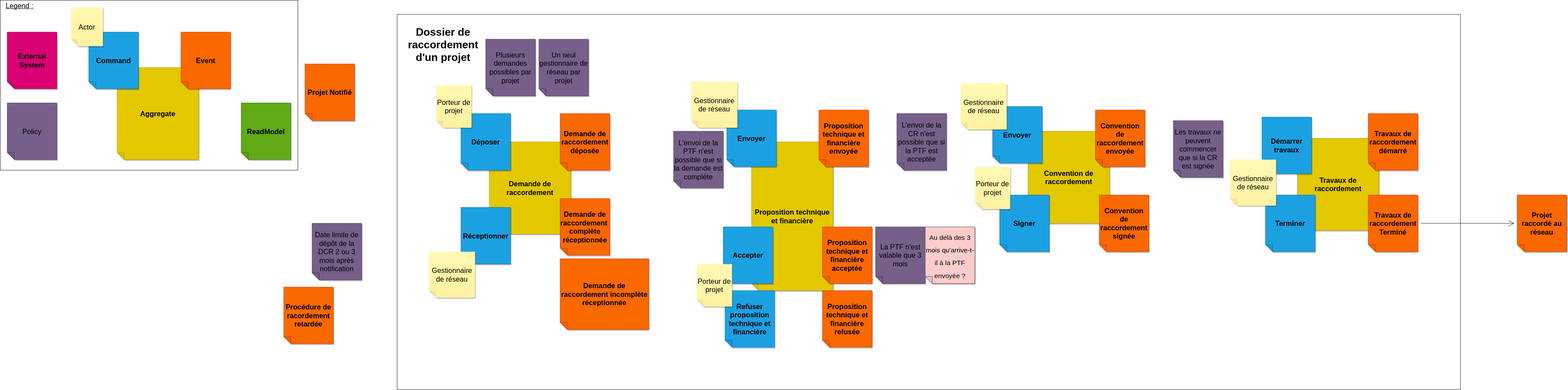
Before: docs/event-stormings/raccordement.drawio.svg, a diagram exported from draw.io (MTES-MCT/potentiel). Source tidied: cells renumbered, new cells last; positions are measured from the earlier drawing's top-left corner, leaving out a move shared by most shapes.
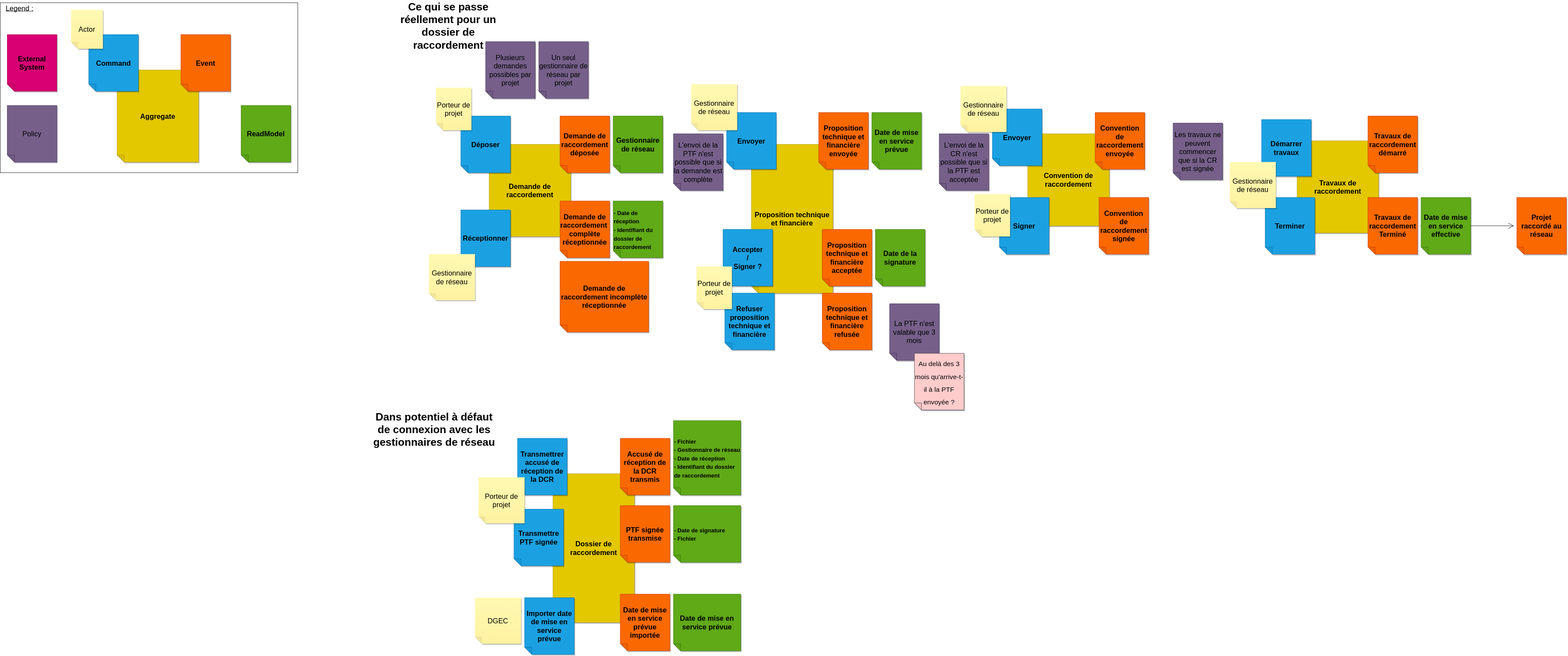
The same file after the commit.

Commit message:
📝 Ajout des readmodel

Change to the diagram source:
```diff
@@ -2,9 +2,9 @@
   <root>
     <mxCell id="0" />
     <mxCell id="1" parent="0" />
-    <mxCell id="2" style="rounded=0;whiteSpace=wrap;html=1;" parent="1" vertex="1">
-      <mxGeometry x="1120" y="40" width="3000" height="1060" as="geometry" />
-    </mxCell>
+    <mxCell id="49" value="&lt;font color=&quot;#000000&quot;&gt;L'envoi de la CR n'est possible que si la PTF est acceptée&amp;nbsp;&lt;/font&gt;" style="shape=note;whiteSpace=wrap;html=1;backgroundOutline=1;fontColor=#ffffff;darkOpacity=0.05;fillColor=#76608a;strokeColor=#432D57;fillStyle=solid;direction=west;gradientDirection=north;shadow=1;size=20;fontSize=20;" parent="1" vertex="1">
+      <mxGeometry x="2650" y="370" width="140" height="160" as="geometry" />
+    </mxCell>
     <mxCell id="3" style="rounded=0;whiteSpace=wrap;html=1;" parent="1" vertex="1">
       <mxGeometry width="840" height="480" as="geometry" />
     </mxCell>
@@ -32,9 +32,6 @@
     <mxCell id="11" value="&lt;u&gt;&lt;font style=&quot;font-size: 20px;&quot;&gt;Legend :&lt;/font&gt;&lt;/u&gt;" style="text;strokeColor=none;fillColor=none;html=1;align=center;verticalAlign=middle;whiteSpace=wrap;rounded=0;" parent="1" vertex="1">
       <mxGeometry width="110" height="30" as="geometry" />
     </mxCell>
-    <mxCell id="12" value="&lt;font style=&quot;font-size: 20px;&quot;&gt;&lt;b style=&quot;&quot;&gt;Projet Notifié&lt;/b&gt;&lt;/font&gt;" style="shape=note;whiteSpace=wrap;html=1;backgroundOutline=1;darkOpacity=0.05;fillColor=#fa6800;strokeColor=#C73500;fillStyle=solid;direction=west;gradientDirection=north;shadow=1;size=20;fontColor=#000000;" parent="1" vertex="1">
-      <mxGeometry x="860" y="180" width="140" height="160" as="geometry" />
-    </mxCell>
     <mxCell id="13" style="edgeStyle=none;curved=1;rounded=0;jettySize=auto;html=1;fontSize=25;endArrow=open;startSize=14;endSize=14;sourcePerimeterSpacing=8;targetPerimeterSpacing=8;" parent="1" edge="1" source="42" target="14">
       <mxGeometry relative="1" as="geometry" />
     </mxCell>
@@ -44,12 +41,6 @@
     <mxCell id="15" value="&lt;span style=&quot;font-size: 20px;&quot;&gt;&lt;b&gt;Demande de raccordement incomplète&amp;nbsp;&lt;/b&gt;&lt;/span&gt;&lt;b style=&quot;border-color: var(--border-color); font-size: 20px;&quot;&gt;réceptionnée&lt;/b&gt;" style="shape=note;whiteSpace=wrap;html=1;backgroundOutline=1;darkOpacity=0.05;fillColor=#fa6800;strokeColor=#C73500;fillStyle=solid;direction=west;gradientDirection=north;shadow=1;size=20;fontColor=#000000;" parent="1" vertex="1">
       <mxGeometry x="1580" y="730" width="250" height="200" as="geometry" />
     </mxCell>
-    <mxCell id="16" value="&lt;font color=&quot;#000000&quot;&gt;Date limite de dépôt de la DCR 2 ou 3 mois après notification&amp;nbsp;&lt;/font&gt;" style="shape=note;whiteSpace=wrap;html=1;backgroundOutline=1;fontColor=#ffffff;darkOpacity=0.05;fillColor=#76608a;strokeColor=#432D57;fillStyle=solid;direction=west;gradientDirection=north;shadow=1;size=20;fontSize=20;" parent="1" vertex="1">
-      <mxGeometry x="880" y="630" width="140" height="160" as="geometry" />
-    </mxCell>
-    <mxCell id="17" value="&lt;font style=&quot;font-size: 20px;&quot;&gt;&lt;b style=&quot;&quot;&gt;Procédure de racordement retardée&lt;/b&gt;&lt;/font&gt;" style="shape=note;whiteSpace=wrap;html=1;backgroundOutline=1;darkOpacity=0.05;fillColor=#fa6800;strokeColor=#C73500;fillStyle=solid;direction=west;gradientDirection=north;shadow=1;size=20;fontColor=#000000;" parent="1" vertex="1">
-      <mxGeometry x="800" y="810" width="140" height="160" as="geometry" />
-    </mxCell>
     <mxCell id="18" value="&lt;b&gt;Demande de raccordement&lt;/b&gt;" style="shape=note;whiteSpace=wrap;html=1;backgroundOutline=1;darkOpacity=0.05;fillColor=#e3c800;strokeColor=#B09500;fillStyle=solid;direction=west;gradientDirection=north;shadow=1;size=20;fontSize=20;fontColor=#000000;" parent="1" vertex="1">
       <mxGeometry x="1380" y="400" width="230" height="260" as="geometry" />
     </mxCell>
@@ -89,7 +80,7 @@
     <mxCell id="30" value="&lt;span style=&quot;font-size: 20px;&quot;&gt;&lt;b&gt;Proposition technique et financière envoyée&lt;/b&gt;&lt;/span&gt;" style="shape=note;whiteSpace=wrap;html=1;backgroundOutline=1;darkOpacity=0.05;fillColor=#fa6800;strokeColor=#C73500;fillStyle=solid;direction=west;gradientDirection=north;shadow=1;size=20;fontColor=#000000;" parent="1" vertex="1">
       <mxGeometry x="2310" y="310" width="140" height="160" as="geometry" />
     </mxCell>
-    <mxCell id="31" value="&lt;b style=&quot;border-color: var(--border-color); color: rgb(0, 0, 0);&quot;&gt;Accepter&lt;/b&gt;" style="shape=note;whiteSpace=wrap;html=1;backgroundOutline=1;darkOpacity=0.05;fillColor=#1ba1e2;strokeColor=#006EAF;fillStyle=solid;direction=west;gradientDirection=north;shadow=1;size=20;fontSize=20;fontColor=#ffffff;" parent="1" vertex="1">
+    <mxCell id="31" value="&lt;b style=&quot;border-color: var(--border-color); color: rgb(0, 0, 0);&quot;&gt;Accepter&lt;br&gt;/&lt;br&gt;Signer ?&lt;br&gt;&lt;/b&gt;" style="shape=note;whiteSpace=wrap;html=1;backgroundOutline=1;darkOpacity=0.05;fillColor=#1ba1e2;strokeColor=#006EAF;fillStyle=solid;direction=west;gradientDirection=north;shadow=1;size=20;fontSize=20;fontColor=#ffffff;" parent="1" vertex="1">
       <mxGeometry x="2040" y="640" width="140" height="160" as="geometry" />
     </mxCell>
     <mxCell id="32" value="&lt;span style=&quot;font-size: 20px;&quot;&gt;&lt;b&gt;Proposition technique et financière acceptée&lt;/b&gt;&lt;/span&gt;" style="shape=note;whiteSpace=wrap;html=1;backgroundOutline=1;darkOpacity=0.05;fillColor=#fa6800;strokeColor=#C73500;fillStyle=solid;direction=west;gradientDirection=north;shadow=1;size=20;fontColor=#000000;" parent="1" vertex="1">
@@ -120,7 +111,7 @@
       <mxGeometry x="2820" y="550" width="140" height="160" as="geometry" />
     </mxCell>
     <mxCell id="41" value="Porteur de projet" style="shape=note;whiteSpace=wrap;html=1;backgroundOutline=1;fontColor=#000000;darkOpacity=0.05;fillColor=#FFF9B2;strokeColor=none;fillStyle=solid;direction=west;gradientDirection=north;gradientColor=#FFF2A1;shadow=1;size=20;fontSize=20;" parent="1" vertex="1">
-      <mxGeometry x="2750" y="470" width="100" height="120" as="geometry" />
+      <mxGeometry x="2750" y="540" width="100" height="120" as="geometry" />
     </mxCell>
     <mxCell id="42" value="&lt;font style=&quot;font-size: 20px;&quot;&gt;&lt;b style=&quot;&quot;&gt;Travaux de raccordement Terminé&lt;/b&gt;&lt;/font&gt;" style="shape=note;whiteSpace=wrap;html=1;backgroundOutline=1;darkOpacity=0.05;fillColor=#fa6800;strokeColor=#C73500;fillStyle=solid;direction=west;gradientDirection=north;shadow=1;size=20;fontColor=#000000;" parent="1" vertex="1">
       <mxGeometry x="3860" y="550" width="140" height="160" as="geometry" />
@@ -137,15 +128,12 @@
     <mxCell id="46" value="&lt;div style=&quot;&quot;&gt;&lt;span style=&quot;background-color: initial;&quot;&gt;Gestionnaire de réseau&lt;/span&gt;&lt;/div&gt;" style="shape=note;whiteSpace=wrap;html=1;backgroundOutline=1;fontColor=#000000;darkOpacity=0.05;fillColor=#FFF9B2;strokeColor=none;fillStyle=solid;direction=west;gradientDirection=north;gradientColor=#FFF2A1;shadow=1;size=20;fontSize=20;align=center;" parent="1" vertex="1">
       <mxGeometry x="3470" y="450" width="130" height="130" as="geometry" />
     </mxCell>
-    <mxCell id="47" value="&lt;font style=&quot;font-size: 30px;&quot;&gt;&lt;b&gt;Dossier de raccordement d'un projet&lt;/b&gt;&lt;/font&gt;" style="text;strokeColor=none;fillColor=none;html=1;align=center;verticalAlign=middle;whiteSpace=wrap;rounded=0;" parent="1" vertex="1">
-      <mxGeometry x="1220" y="110" width="60" height="30" as="geometry" />
+    <mxCell id="47" value="&lt;span style=&quot;font-size: 30px;&quot;&gt;&lt;b&gt;Ce qui se passe réellement pour un dossier de raccordement&lt;/b&gt;&lt;/span&gt;" style="text;strokeColor=none;fillColor=none;html=1;align=center;verticalAlign=middle;whiteSpace=wrap;rounded=0;" parent="1" vertex="1">
+      <mxGeometry x="1115" y="50" width="300" height="30" as="geometry" />
     </mxCell>
     <mxCell id="48" value="&lt;font color=&quot;#000000&quot;&gt;L'envoi de la PTF n'est possible que si la demande est complète&amp;nbsp;&lt;/font&gt;" style="shape=note;whiteSpace=wrap;html=1;backgroundOutline=1;fontColor=#ffffff;darkOpacity=0.05;fillColor=#76608a;strokeColor=#432D57;fillStyle=solid;direction=west;gradientDirection=north;shadow=1;size=20;fontSize=20;" parent="1" vertex="1">
       <mxGeometry x="1900" y="370" width="140" height="160" as="geometry" />
     </mxCell>
-    <mxCell id="49" value="&lt;font color=&quot;#000000&quot;&gt;L'envoi de la CR n'est possible que si la PTF est acceptée&amp;nbsp;&lt;/font&gt;" style="shape=note;whiteSpace=wrap;html=1;backgroundOutline=1;fontColor=#ffffff;darkOpacity=0.05;fillColor=#76608a;strokeColor=#432D57;fillStyle=solid;direction=west;gradientDirection=north;shadow=1;size=20;fontSize=20;" parent="1" vertex="1">
-      <mxGeometry x="2530" y="320" width="140" height="160" as="geometry" />
-    </mxCell>
     <mxCell id="50" value="&lt;font color=&quot;#000000&quot;&gt;Les travaux ne peuvent commencer que si la CR est signée&lt;/font&gt;" style="shape=note;whiteSpace=wrap;html=1;backgroundOutline=1;fontColor=#ffffff;darkOpacity=0.05;fillColor=#76608a;strokeColor=#432D57;fillStyle=solid;direction=west;gradientDirection=north;shadow=1;size=20;fontSize=20;" parent="1" vertex="1">
       <mxGeometry x="3310" y="340" width="140" height="160" as="geometry" />
     </mxCell>
@@ -153,13 +141,67 @@
       <mxGeometry x="1370" y="110" width="140" height="160" as="geometry" />
     </mxCell>
     <mxCell id="52" value="&lt;font color=&quot;#000000&quot;&gt;La PTF n'est valable que 3 mois&lt;/font&gt;" style="shape=note;whiteSpace=wrap;html=1;backgroundOutline=1;fontColor=#ffffff;darkOpacity=0.05;fillColor=#76608a;strokeColor=#432D57;fillStyle=solid;direction=west;gradientDirection=north;shadow=1;size=20;fontSize=20;" parent="1" vertex="1">
-      <mxGeometry x="2470" y="640" width="140" height="160" as="geometry" />
+      <mxGeometry x="2510" y="850" width="140" height="160" as="geometry" />
     </mxCell>
     <mxCell id="53" value="&lt;font style=&quot;font-size: 19px;&quot;&gt;Au delà des 3 mois qu'arrive-t-il à la PTF envoyée ?&lt;/font&gt;" style="shape=note;whiteSpace=wrap;html=1;backgroundOutline=1;darkOpacity=0.05;fillColor=#ffcccc;strokeColor=#36393d;fillStyle=solid;direction=west;gradientDirection=north;shadow=1;size=20;fontSize=30;" parent="1" vertex="1">
-      <mxGeometry x="2610" y="640" width="140" height="160" as="geometry" />
+      <mxGeometry x="2580" y="990" width="140" height="160" as="geometry" />
     </mxCell>
     <mxCell id="54" value="&lt;font color=&quot;#000000&quot;&gt;Un seul gestionnaire de réseau par projet&lt;/font&gt;" style="shape=note;whiteSpace=wrap;html=1;backgroundOutline=1;fontColor=#ffffff;darkOpacity=0.05;fillColor=#76608a;strokeColor=#432D57;fillStyle=solid;direction=west;gradientDirection=north;shadow=1;size=20;fontSize=20;" parent="1" vertex="1">
       <mxGeometry x="1520" y="110" width="140" height="160" as="geometry" />
     </mxCell>
+    <mxCell id="55" value="&lt;b style=&quot;font-size: 16px;&quot;&gt;&lt;font style=&quot;font-size: 16px;&quot; color=&quot;#000000&quot;&gt;- Date de réception&lt;br&gt;- Identifiant du dossier de raccordement&lt;/font&gt;&lt;/b&gt;" style="shape=note;whiteSpace=wrap;html=1;backgroundOutline=1;fontColor=#ffffff;darkOpacity=0.05;fillColor=#60a917;strokeColor=#2D7600;fillStyle=solid;direction=west;gradientDirection=north;shadow=1;size=20;fontSize=20;align=left;" parent="1" vertex="1">
+      <mxGeometry x="1730" y="560" width="140" height="160" as="geometry" />
+    </mxCell>
+    <mxCell id="56" value="&lt;b&gt;&lt;font color=&quot;#000000&quot;&gt;Gestionnaire de réseau&lt;/font&gt;&lt;/b&gt;" style="shape=note;whiteSpace=wrap;html=1;backgroundOutline=1;fontColor=#ffffff;darkOpacity=0.05;fillColor=#60a917;strokeColor=#2D7600;fillStyle=solid;direction=west;gradientDirection=north;shadow=1;size=20;fontSize=20;" parent="1" vertex="1">
+      <mxGeometry x="1730" y="320" width="140" height="160" as="geometry" />
+    </mxCell>
+    <mxCell id="57" value="&lt;b&gt;&lt;font color=&quot;#000000&quot;&gt;Date de mise en service prévue&lt;/font&gt;&lt;/b&gt;" style="shape=note;whiteSpace=wrap;html=1;backgroundOutline=1;fontColor=#ffffff;darkOpacity=0.05;fillColor=#60a917;strokeColor=#2D7600;fillStyle=solid;direction=west;gradientDirection=north;shadow=1;size=20;fontSize=20;" parent="1" vertex="1">
+      <mxGeometry x="2460" y="310" width="140" height="160" as="geometry" />
+    </mxCell>
+    <mxCell id="58" value="&lt;b&gt;&lt;font color=&quot;#000000&quot;&gt;Date de la signature&lt;/font&gt;&lt;/b&gt;" style="shape=note;whiteSpace=wrap;html=1;backgroundOutline=1;fontColor=#ffffff;darkOpacity=0.05;fillColor=#60a917;strokeColor=#2D7600;fillStyle=solid;direction=west;gradientDirection=north;shadow=1;size=20;fontSize=20;" parent="1" vertex="1">
+      <mxGeometry x="2470" y="640" width="140" height="160" as="geometry" />
+    </mxCell>
+    <mxCell id="59" value="&lt;b&gt;&lt;font color=&quot;#000000&quot;&gt;Date de mise en service effective&lt;/font&gt;&lt;/b&gt;" style="shape=note;whiteSpace=wrap;html=1;backgroundOutline=1;fontColor=#ffffff;darkOpacity=0.05;fillColor=#60a917;strokeColor=#2D7600;fillStyle=solid;direction=west;gradientDirection=north;shadow=1;size=20;fontSize=20;" parent="1" vertex="1">
+      <mxGeometry x="4010" y="550" width="140" height="160" as="geometry" />
+    </mxCell>
+    <mxCell id="60" value="&lt;b&gt;Dossier de raccordement&lt;/b&gt;" style="shape=note;whiteSpace=wrap;html=1;backgroundOutline=1;darkOpacity=0.05;fillColor=#e3c800;strokeColor=#B09500;fillStyle=solid;direction=west;gradientDirection=north;shadow=1;size=20;fontSize=20;fontColor=#000000;" parent="1" vertex="1">
+      <mxGeometry x="1560" y="1330" width="230" height="420" as="geometry" />
+    </mxCell>
+    <mxCell id="61" value="&lt;font color=&quot;#000000&quot;&gt;&lt;b&gt;Transmettrer accusé de réception de la DCR&lt;/b&gt;&lt;/font&gt;" style="shape=note;whiteSpace=wrap;html=1;backgroundOutline=1;darkOpacity=0.05;fillColor=#1ba1e2;strokeColor=#006EAF;fillStyle=solid;direction=west;gradientDirection=north;shadow=1;size=20;fontSize=20;fontColor=#ffffff;" parent="1" vertex="1">
+      <mxGeometry x="1460" y="1230" width="140" height="160" as="geometry" />
+    </mxCell>
+    <mxCell id="62" value="&lt;span style=&quot;font-size: 20px;&quot;&gt;&lt;b&gt;Accusé de réception de la DCR transmis&lt;/b&gt;&lt;/span&gt;" style="shape=note;whiteSpace=wrap;html=1;backgroundOutline=1;darkOpacity=0.05;fillColor=#fa6800;strokeColor=#C73500;fillStyle=solid;direction=west;gradientDirection=north;shadow=1;size=20;fontColor=#000000;" parent="1" vertex="1">
+      <mxGeometry x="1750" y="1230" width="140" height="160" as="geometry" />
+    </mxCell>
+    <mxCell id="63" value="&lt;b style=&quot;font-size: 16px;&quot;&gt;&lt;font style=&quot;font-size: 16px;&quot; color=&quot;#000000&quot;&gt;- Fichier&lt;br&gt;- Gestionnaire de réseau&lt;br&gt;- Date de réception&lt;br&gt;- Identifiant du dossier de raccordement&lt;/font&gt;&lt;/b&gt;" style="shape=note;whiteSpace=wrap;html=1;backgroundOutline=1;fontColor=#ffffff;darkOpacity=0.05;fillColor=#60a917;strokeColor=#2D7600;fillStyle=solid;direction=west;gradientDirection=north;shadow=1;size=20;fontSize=20;align=left;" parent="1" vertex="1">
+      <mxGeometry x="1900" y="1180" width="190" height="210" as="geometry" />
+    </mxCell>
+    <mxCell id="64" value="&lt;font color=&quot;#000000&quot;&gt;&lt;b&gt;Transmettre PTF signée&lt;/b&gt;&lt;/font&gt;" style="shape=note;whiteSpace=wrap;html=1;backgroundOutline=1;darkOpacity=0.05;fillColor=#1ba1e2;strokeColor=#006EAF;fillStyle=solid;direction=west;gradientDirection=north;shadow=1;size=20;fontSize=20;fontColor=#ffffff;" parent="1" vertex="1">
+      <mxGeometry x="1450" y="1430" width="140" height="160" as="geometry" />
+    </mxCell>
+    <mxCell id="65" value="&lt;div style=&quot;&quot;&gt;&lt;span style=&quot;background-color: initial;&quot;&gt;Porteur de projet&lt;/span&gt;&lt;/div&gt;" style="shape=note;whiteSpace=wrap;html=1;backgroundOutline=1;fontColor=#000000;darkOpacity=0.05;fillColor=#FFF9B2;strokeColor=none;fillStyle=solid;direction=west;gradientDirection=north;gradientColor=#FFF2A1;shadow=1;size=20;fontSize=20;align=center;" parent="1" vertex="1">
+      <mxGeometry x="1350" y="1340" width="130" height="130" as="geometry" />
+    </mxCell>
+    <mxCell id="66" value="&lt;span style=&quot;font-size: 20px;&quot;&gt;&lt;b&gt;PTF signée transmise&lt;/b&gt;&lt;/span&gt;" style="shape=note;whiteSpace=wrap;html=1;backgroundOutline=1;darkOpacity=0.05;fillColor=#fa6800;strokeColor=#C73500;fillStyle=solid;direction=west;gradientDirection=north;shadow=1;size=20;fontColor=#000000;" parent="1" vertex="1">
+      <mxGeometry x="1750" y="1420" width="140" height="160" as="geometry" />
+    </mxCell>
+    <mxCell id="67" value="&lt;font color=&quot;#000000&quot;&gt;&lt;span style=&quot;font-size: 16px;&quot;&gt;&lt;b&gt;- Date de signature&lt;br&gt;&lt;/b&gt;&lt;/span&gt;&lt;/font&gt;&lt;b style=&quot;border-color: var(--border-color); color: rgb(0, 0, 0); font-size: 16px;&quot;&gt;- Fichier&lt;/b&gt;" style="shape=note;whiteSpace=wrap;html=1;backgroundOutline=1;fontColor=#ffffff;darkOpacity=0.05;fillColor=#60a917;strokeColor=#2D7600;fillStyle=solid;direction=west;gradientDirection=north;shadow=1;size=20;fontSize=20;align=left;" parent="1" vertex="1">
+      <mxGeometry x="1900" y="1420" width="190" height="160" as="geometry" />
+    </mxCell>
+    <mxCell id="68" value="&lt;font color=&quot;#000000&quot;&gt;&lt;b&gt;Importer date de mise en service prévue&lt;/b&gt;&lt;/font&gt;" style="shape=note;whiteSpace=wrap;html=1;backgroundOutline=1;darkOpacity=0.05;fillColor=#1ba1e2;strokeColor=#006EAF;fillStyle=solid;direction=west;gradientDirection=north;shadow=1;size=20;fontSize=20;fontColor=#ffffff;" parent="1" vertex="1">
+      <mxGeometry x="1480" y="1680" width="140" height="160" as="geometry" />
+    </mxCell>
+    <mxCell id="69" value="&lt;b&gt;&lt;font color=&quot;#000000&quot;&gt;Date de mise en service prévue&lt;/font&gt;&lt;/b&gt;" style="shape=note;whiteSpace=wrap;html=1;backgroundOutline=1;fontColor=#ffffff;darkOpacity=0.05;fillColor=#60a917;strokeColor=#2D7600;fillStyle=solid;direction=west;gradientDirection=north;shadow=1;size=20;fontSize=20;" parent="1" vertex="1">
+      <mxGeometry x="1900" y="1670" width="190" height="160" as="geometry" />
+    </mxCell>
+    <mxCell id="70" value="&lt;span style=&quot;font-size: 20px;&quot;&gt;&lt;b&gt;Date de mise en service prévue importée&lt;/b&gt;&lt;/span&gt;" style="shape=note;whiteSpace=wrap;html=1;backgroundOutline=1;darkOpacity=0.05;fillColor=#fa6800;strokeColor=#C73500;fillStyle=solid;direction=west;gradientDirection=north;shadow=1;size=20;fontColor=#000000;" parent="1" vertex="1">
+      <mxGeometry x="1750" y="1670" width="140" height="160" as="geometry" />
+    </mxCell>
+    <mxCell id="71" value="&lt;b&gt;&lt;font style=&quot;font-size: 30px;&quot;&gt;Dans potentiel à défaut de connexion avec les gestionnaires de réseau&lt;/font&gt;&lt;/b&gt;" style="text;strokeColor=none;fillColor=none;html=1;align=center;verticalAlign=middle;whiteSpace=wrap;rounded=0;fontSize=16;" parent="1" vertex="1">
+      <mxGeometry x="1050" y="1190" width="350" height="30" as="geometry" />
+    </mxCell>
+    <mxCell id="72" value="&lt;div style=&quot;&quot;&gt;&lt;span style=&quot;background-color: initial;&quot;&gt;DGEC&lt;/span&gt;&lt;/div&gt;" style="shape=note;whiteSpace=wrap;html=1;backgroundOutline=1;fontColor=#000000;darkOpacity=0.05;fillColor=#FFF9B2;strokeColor=none;fillStyle=solid;direction=west;gradientDirection=north;gradientColor=#FFF2A1;shadow=1;size=20;fontSize=20;align=center;" parent="1" vertex="1">
+      <mxGeometry x="1340" y="1680" width="130" height="130" as="geometry" />
+    </mxCell>
   </root>
 </mxGraphModel>
```
